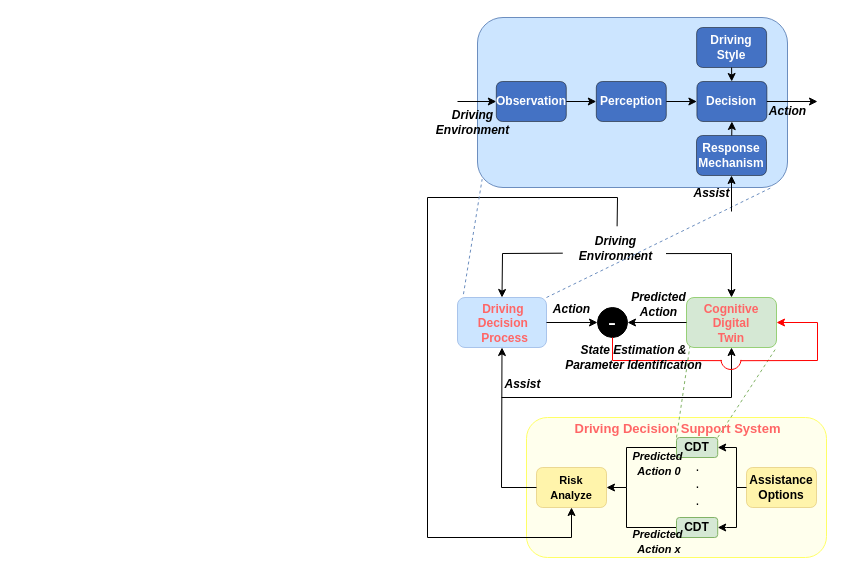
Earlier version of the draw.io diagram page "CDAS-O overview new" (6 of 7) of CDAS-O.drawio (SlidingEagle/draw.io). Source tidied: cells renumbered, new cells numbered last; positions are measured from the earlier drawing's top-left corner, leaving out a move shared by most shapes. Both pictures are drawn from the tidied source at 100%, with x=0, y=0 at pixel (422, 17).
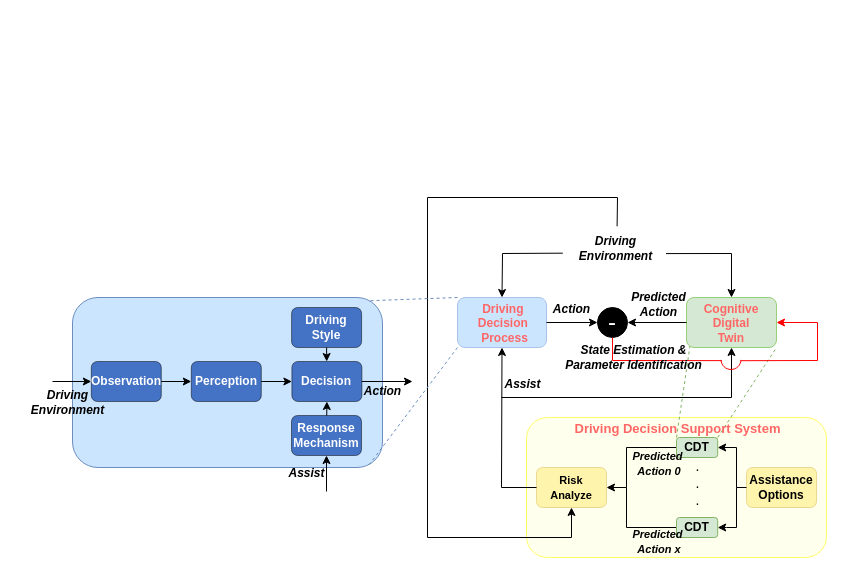
Above is the later version.

Unchanged cells that the change refers to:
```xml
<mxCell id="2" style="rounded=1;whiteSpace=wrap;html=1;fillColor=#CCE5FF;strokeColor=#A9C4EB;" parent="1" vertex="1">
  <mxGeometry x="35" y="280" width="89" height="50" as="geometry" />
</mxCell>
```

Change to the diagram source:
```diff
@@
     <mxCell id="36" style="rounded=1;whiteSpace=wrap;html=1;fillColor=#CCE5FF;strokeColor=#6c8ebf;" parent="1" vertex="1">
-      <mxGeometry x="55" width="310" height="170" as="geometry" />
+      <mxGeometry x="-350" y="280" width="310" height="170" as="geometry" />
     </mxCell>
     <mxCell id="37" value="&lt;font color=&quot;#ffffff&quot;&gt;&lt;b&gt;Observation&lt;/b&gt;&lt;/font&gt;" style="rounded=1;whiteSpace=wrap;html=1;fillColor=#4472C4;strokeWidth=0.5;" parent="1" vertex="1">
-      <mxGeometry x="73.8" y="64" width="70" height="40" as="geometry" />
+      <mxGeometry x="-331.2" y="344" width="70" height="40" as="geometry" />
     </mxCell>
     <mxCell id="38" value="&lt;font color=&quot;#ffffff&quot;&gt;&lt;b&gt;Perception&lt;/b&gt;&lt;/font&gt;" style="rounded=1;whiteSpace=wrap;html=1;fillColor=#4472C4;strokeWidth=0.5;" parent="1" vertex="1">
-      <mxGeometry x="173.8" y="64" width="70" height="40" as="geometry" />
+      <mxGeometry x="-231.2" y="344" width="70" height="40" as="geometry" />
     </mxCell>
@@
     <mxCell id="40" value="&lt;font color=&quot;#ffffff&quot;&gt;&lt;b&gt;Driving&lt;br&gt;Style&lt;/b&gt;&lt;br&gt;&lt;/font&gt;" style="rounded=1;whiteSpace=wrap;html=1;fillColor=#4472C4;strokeWidth=0.5;" parent="1" vertex="1">
-      <mxGeometry x="274.1" y="10" width="70" height="40" as="geometry" />
+      <mxGeometry x="-130.9" y="290" width="70" height="40" as="geometry" />
     </mxCell>
-    <mxCell id="41" style="endArrow=none;dashed=1;html=1;rounded=0;exitX=1;exitY=0;exitDx=0;exitDy=0;fillColor=#dae8fc;strokeColor=#6c8ebf;entryX=0.951;entryY=0.998;entryDx=0;entryDy=0;entryPerimeter=0;" parent="1" edge="1" source="2" target="36">
+    <mxCell id="41" style="endArrow=none;dashed=1;html=1;rounded=0;exitX=0;exitY=1;exitDx=0;exitDy=0;fillColor=#dae8fc;strokeColor=#6c8ebf;entryX=0.951;entryY=0.998;entryDx=0;entryDy=0;entryPerimeter=0;" parent="1" edge="1" source="2" target="36">
       <mxGeometry relative="1" as="geometry" />
     </mxCell>
-    <mxCell id="42" style="endArrow=none;dashed=1;html=1;rounded=0;exitX=0.067;exitY=-0.067;exitDx=0;exitDy=0;fillColor=#dae8fc;strokeColor=#6c8ebf;entryX=0.015;entryY=0.951;entryDx=0;entryDy=0;entryPerimeter=0;exitPerimeter=0;" parent="1" edge="1" source="2" target="36">
+    <mxCell id="42" style="endArrow=none;dashed=1;html=1;rounded=0;exitX=0;exitY=0;exitDx=0;exitDy=0;fillColor=#dae8fc;strokeColor=#6c8ebf;entryX=0.96;entryY=0.019;entryDx=0;entryDy=0;entryPerimeter=0;" parent="1" edge="1" source="2" target="36">
       <mxGeometry relative="1" as="geometry" />
     </mxCell>
@@
     <mxCell id="44" value="&lt;b&gt;&lt;i&gt;Driving&lt;br&gt;Environment&lt;/i&gt;&lt;/b&gt;" style="text;html=1;align=center;verticalAlign=middle;strokeColor=none;fillColor=none;" parent="1" vertex="1">
-      <mxGeometry y="85" width="100" height="40" as="geometry" />
+      <mxGeometry x="-405" y="365" width="100" height="40" as="geometry" />
     </mxCell>
     <mxCell id="45" value="&lt;i&gt;&lt;b&gt;Action&lt;/b&gt;&lt;/i&gt;" style="text;html=1;align=center;verticalAlign=middle;strokeColor=none;fillColor=none;" parent="1" vertex="1">
-      <mxGeometry x="335" y="79" width="60" height="30" as="geometry" />
+      <mxGeometry x="-70" y="359" width="60" height="30" as="geometry" />
     </mxCell>
     <mxCell id="46" style="endArrow=classic;html=1;rounded=0;entryX=0;entryY=0.5;entryDx=0;entryDy=0;" parent="1" edge="1" target="37">
       <mxGeometry relative="1" as="geometry">
-        <mxPoint x="35" y="84" as="sourcePoint" />
+        <mxPoint x="-370" y="364" as="sourcePoint" />
       </mxGeometry>
     </mxCell>
     <mxCell id="47" value="&lt;font color=&quot;#ffffff&quot;&gt;&lt;b&gt;Decision&lt;/b&gt;&lt;/font&gt;" style="rounded=1;whiteSpace=wrap;html=1;fillColor=#4472C4;strokeWidth=0.5;" parent="1" vertex="1">
-      <mxGeometry x="274.4" y="64" width="70" height="40" as="geometry" />
+      <mxGeometry x="-130.6" y="344" width="70" height="40" as="geometry" />
     </mxCell>
@@
     <mxCell id="49" value="&lt;font color=&quot;#ffffff&quot;&gt;&lt;b&gt;Response Mechanism&lt;/b&gt;&lt;/font&gt;" style="rounded=1;whiteSpace=wrap;html=1;fillColor=#4472C4;strokeWidth=0.5;" parent="1" vertex="1">
-      <mxGeometry x="274" y="118" width="70" height="40" as="geometry" />
+      <mxGeometry x="-131" y="398" width="70" height="40" as="geometry" />
     </mxCell>
     <mxCell id="50" style="endArrow=classic;html=1;rounded=0;exitX=1;exitY=0.5;exitDx=0;exitDy=0;" parent="1" edge="1" source="47">
       <mxGeometry relative="1" as="geometry">
-        <mxPoint x="395" y="84" as="targetPoint" />
+        <mxPoint x="-10" y="364" as="targetPoint" />
       </mxGeometry>
     </mxCell>
     <mxCell id="51" value="&lt;b&gt;&lt;i&gt;Assist&lt;/i&gt;&lt;/b&gt;" style="text;html=1;align=center;verticalAlign=middle;strokeColor=none;fillColor=none;" parent="1" vertex="1">
-      <mxGeometry x="258.5" y="161" width="60" height="30" as="geometry" />
+      <mxGeometry x="-146.5" y="441" width="60" height="30" as="geometry" />
     </mxCell>
@@
     <mxCell id="54" style="endArrow=classic;html=1;rounded=0;entryX=0.5;entryY=1;entryDx=0;entryDy=0;" parent="1" edge="1" target="49">
       <mxGeometry relative="1" as="geometry">
-        <mxPoint x="309" y="194" as="sourcePoint" />
+        <mxPoint x="-96" y="474" as="sourcePoint" />
       </mxGeometry>
     </mxCell>
```
